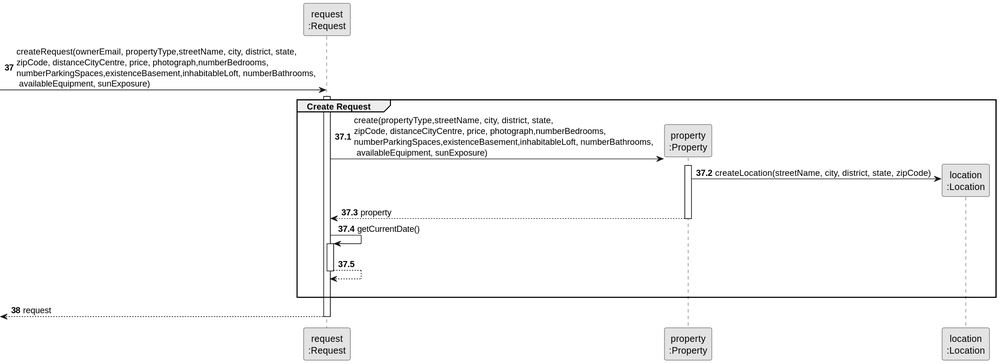
This is docs/sprintB/us002/03.design/svg/us002-sequence-diagram-partial-create-request.svg from rita-barbosa/LAPR2-2223, a PlantUML export, as it was before one commit.
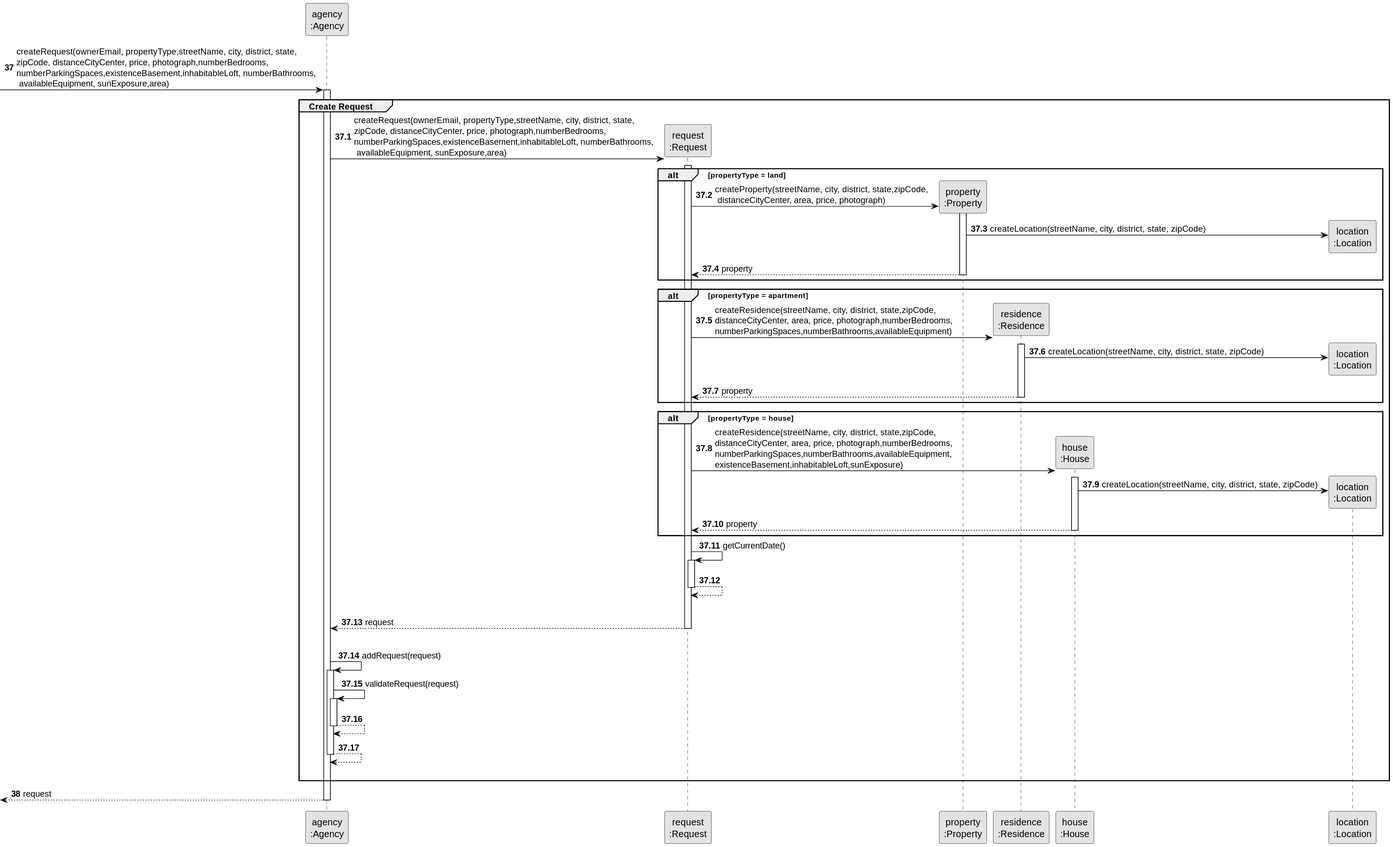
The same diagram one commit later.

Change to the diagram source:
```diff
@@ -3,37 +3,79 @@
 skinparam packageStyle rectangle
 skinparam shadowing false
 
+participant "agency\n:Agency" as AGENCY
 participant "request\n:Request" as REQUEST
 participant "property\n:Property" as PROPERTY
+participant "residence\n:Residence" as RESIDENCE
+participant "house\n:House" as HOUSE
 participant "location\n:Location" as LOCATION
 
 
 autonumber 37
 
-        -> REQUEST** : createRequest(ownerEmail, propertyType,streetName, city, district, state,\nzipCode, distanceCityCentre, price, photograph,numberBedrooms,\nnumberParkingSpaces,existenceBasement,inhabitableLoft, numberBathrooms,\n availableEquipment, sunExposure)
-         activate REQUEST
+        -> AGENCY: createRequest(ownerEmail, propertyType,streetName, city, district, state,\nzipCode, distanceCityCenter, price, photograph,numberBedrooms,\nnumberParkingSpaces,existenceBasement,inhabitableLoft, numberBathrooms,\n availableEquipment, sunExposure,area)
+         activate AGENCY
 
 autonumber 37.1
 
     group Create Request
 
-        REQUEST -> PROPERTY** : create(propertyType,streetName, city, district, state,\nzipCode, distanceCityCentre, price, photograph,numberBedrooms,\nnumberParkingSpaces,existenceBasement,inhabitableLoft, numberBathrooms,\n availableEquipment, sunExposure)
-        activate PROPERTY
+        AGENCY -> REQUEST **: createRequest(ownerEmail, propertyType,streetName, city, district, state,\nzipCode, distanceCityCenter, price, photograph,numberBedrooms,\nnumberParkingSpaces,existenceBasement,inhabitableLoft, numberBathrooms,\n availableEquipment, sunExposure,area)
+        activate REQUEST
+        alt propertyType = land
+                REQUEST -> PROPERTY** : createProperty(streetName, city, district, state,zipCode,\n distanceCityCenter, area, price, photograph)
+                activate PROPERTY
 
-        PROPERTY -> LOCATION** : createLocation(streetName, city, district, state, zipCode)
+                PROPERTY -> LOCATION** : createLocation(streetName, city, district, state, zipCode)
 
-        PROPERTY --> REQUEST : property
-        deactivate PROPERTY
+                PROPERTY --> REQUEST : property
+                deactivate PROPERTY
 
-        REQUEST -> REQUEST : getCurrentDate()
-        activate REQUEST
+        end
+        alt propertyType = apartment
+                REQUEST -> RESIDENCE** : createResidence(streetName, city, district, state,zipCode,\ndistanceCityCenter, area, price, photograph,numberBedrooms,\nnumberParkingSpaces,numberBathrooms,availableEquipment)
+                activate RESIDENCE
 
-        REQUEST --> REQUEST :
-        deactivate REQUEST
-        |||
+                RESIDENCE -> LOCATION** : createLocation(streetName, city, district, state, zipCode)
 
+                RESIDENCE --> REQUEST : property
+                deactivate RESIDENCE
+
+        end
+        alt propertyType = house
+                REQUEST -> HOUSE** : createResidence(streetName, city, district, state,zipCode,\ndistanceCityCenter, area, price, photograph,numberBedrooms,\nnumberParkingSpaces,numberBathrooms,availableEquipment,\nexistenceBasement,inhabitableLoft,sunExposure)
+
+                activate HOUSE
+
+               HOUSE -> LOCATION** : createLocation(streetName, city, district, state, zipCode)
+
+                HOUSE --> REQUEST : property
+                deactivate HOUSE
+        end
+            REQUEST -> REQUEST : getCurrentDate()
+            activate REQUEST
+
+            REQUEST --> REQUEST :
+            deactivate REQUEST
+            |||
+
+            REQUEST --> AGENCY: request
+            deactivate REQUEST
+            |||
+            AGENCY -> AGENCY: addRequest(request)
+                activate AGENCY
+                    AGENCY -> AGENCY: validateRequest(request)
+                    activate AGENCY
+                        AGENCY --> AGENCY
+                    deactivate AGENCY
+
+                    AGENCY --> AGENCY
+
+            deactivate  AGENCY
+    |||
     end
+
 autonumber 38
-        <-- REQUEST : request
-        deactivate REQUEST
+        <-- AGENCY: request
+        deactivate AGENCY
 @enduml
```
